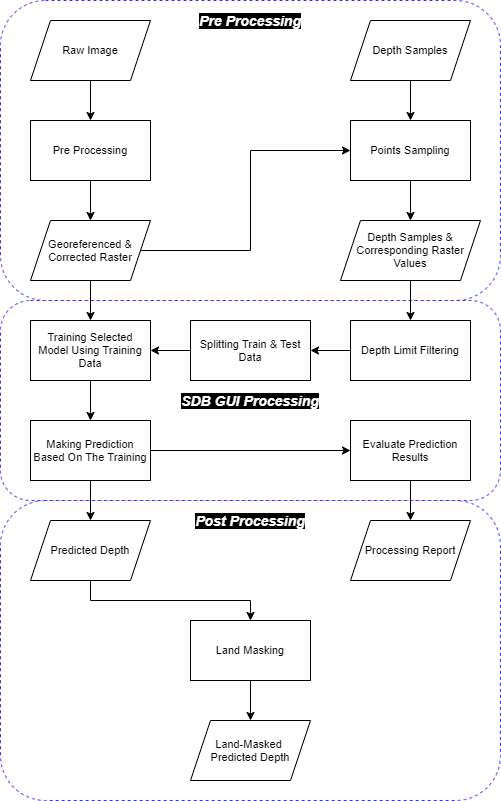
rifqiharrys/sdb_gui keeps this draw.io diagram as workflow_sdb_gui.png. Above is the earlier version. Source tidied: cells renumbered, new cells last; positions are measured from the earlier drawing's top-left corner, leaving out a move shared by most shapes.
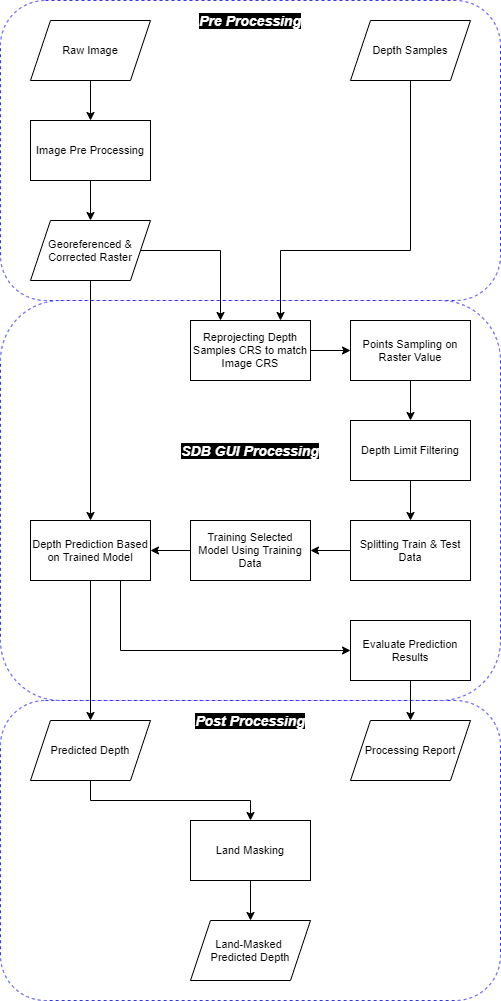
After the change.

What changed in the source:
```diff
@@ -3,112 +3,117 @@
     <mxCell id="0" />
     <mxCell id="1" parent="0" />
     <mxCell id="2" style="rounded=1;whiteSpace=wrap;html=1;dashed=1;fillColor=#FFFFFF;strokeColor=#3333FF;glass=0;shadow=0;sketch=0;perimeterSpacing=0;" parent="1" vertex="1">
-      <mxGeometry y="500" width="500" height="300" as="geometry" />
+      <mxGeometry y="700" width="500" height="300" as="geometry" />
     </mxCell>
     <mxCell id="3" style="rounded=1;whiteSpace=wrap;html=1;dashed=1;fillColor=#FFFFFF;strokeColor=#3333FF;glass=0;shadow=0;sketch=0;perimeterSpacing=0;" parent="1" vertex="1">
       <mxGeometry width="500" height="300" as="geometry" />
     </mxCell>
     <mxCell id="4" style="rounded=1;whiteSpace=wrap;html=1;dashed=1;fillColor=#FFFFFF;strokeColor=#3333FF;glass=0;shadow=0;sketch=0;perimeterSpacing=0;" parent="1" vertex="1">
-      <mxGeometry y="300" width="500" height="200" as="geometry" />
+      <mxGeometry y="300" width="500" height="400" as="geometry" />
     </mxCell>
-    <mxCell id="5" style="edgeStyle=orthogonalEdgeStyle;rounded=0;jettySize=auto;html=1;exitX=1;exitY=0.5;exitDx=0;exitDy=0;entryX=0;entryY=0.5;entryDx=0;entryDy=0;fontSize=11;" parent="1" edge="1" source="7" target="13">
+    <mxCell id="5" style="edgeStyle=orthogonalEdgeStyle;rounded=0;jettySize=auto;html=1;fontSize=11;entryX=0.25;entryY=0;entryDx=0;entryDy=0;" parent="1" edge="1" source="7" target="12">
       <mxGeometry relative="1" as="geometry" />
     </mxCell>
-    <mxCell id="6" style="edgeStyle=orthogonalEdgeStyle;rounded=0;jettySize=auto;html=1;entryX=0.5;entryY=0;entryDx=0;entryDy=0;" parent="1" edge="1" source="7" target="31">
+    <mxCell id="6" style="edgeStyle=orthogonalEdgeStyle;rounded=0;jettySize=auto;html=1;" parent="1" edge="1" source="7" target="32">
       <mxGeometry relative="1" as="geometry" />
     </mxCell>
     <mxCell id="7" value="Georeferenced &amp;amp; Corrected Raster" style="shape=parallelogram;perimeter=parallelogramPerimeter;whiteSpace=wrap;html=1;fixedSize=1;fontSize=11;" parent="1" vertex="1">
       <mxGeometry x="30" y="220" width="120" height="60" as="geometry" />
     </mxCell>
-    <mxCell id="8" style="edgeStyle=orthogonalEdgeStyle;rounded=0;jettySize=auto;html=1;entryX=0.5;entryY=0;entryDx=0;entryDy=0;" parent="1" edge="1" source="9" target="27">
+    <mxCell id="8" style="edgeStyle=orthogonalEdgeStyle;rounded=0;jettySize=auto;html=1;" parent="1" edge="1" source="37" target="26">
       <mxGeometry relative="1" as="geometry" />
     </mxCell>
-    <mxCell id="9" value="Depth Samples &amp;amp; Corresponding Raster Values" style="shape=parallelogram;perimeter=parallelogramPerimeter;whiteSpace=wrap;html=1;fixedSize=1;fontSize=11;" parent="1" vertex="1">
-      <mxGeometry x="340" y="220" width="140" height="60" as="geometry" />
+    <mxCell id="9" style="edgeStyle=orthogonalEdgeStyle;rounded=0;jettySize=auto;html=1;fontSize=11;" parent="1" edge="1" source="10" target="7">
+      <mxGeometry relative="1" as="geometry" />
     </mxCell>
-    <mxCell id="10" style="edgeStyle=orthogonalEdgeStyle;rounded=0;jettySize=auto;html=1;fontSize=11;" parent="1" edge="1" source="11" target="7">
-      <mxGeometry relative="1" as="geometry" />
+    <mxCell id="10" value="Image Pre Processing" style="rounded=0;whiteSpace=wrap;html=1;fontSize=11;" parent="1" vertex="1">
+      <mxGeometry x="30" y="120" width="120" height="60" as="geometry" />
     </mxCell>
-    <mxCell id="11" value="Pre Processing" style="rounded=0;whiteSpace=wrap;html=1;fontSize=11;" parent="1" vertex="1">
-      <mxGeometry x="30" y="120" width="120" height="60" as="geometry" />
+    <mxCell id="11" style="edgeStyle=orthogonalEdgeStyle;rounded=0;jettySize=auto;html=1;fontSize=11;" parent="1" edge="1" source="12" target="37">
+      <mxGeometry relative="1" as="geometry" />
     </mxCell>
-    <mxCell id="12" style="edgeStyle=orthogonalEdgeStyle;rounded=0;jettySize=auto;html=1;fontSize=11;" parent="1" edge="1" source="13" target="9">
-      <mxGeometry relative="1" as="geometry" />
+    <mxCell id="12" value="Reprojecting Depth Samples CRS to match Image CRS" style="rounded=0;whiteSpace=wrap;html=1;fontSize=11;" parent="1" vertex="1">
+      <mxGeometry x="190" y="320" width="120" height="60" as="geometry" />
     </mxCell>
-    <mxCell id="13" value="Points Sampling" style="rounded=0;whiteSpace=wrap;html=1;fontSize=11;" parent="1" vertex="1">
-      <mxGeometry x="350" y="120" width="120" height="60" as="geometry" />
+    <mxCell id="13" style="edgeStyle=orthogonalEdgeStyle;rounded=0;jettySize=auto;html=1;fontSize=11;" parent="1" edge="1" source="14" target="10">
+      <mxGeometry relative="1" as="geometry" />
     </mxCell>
-    <mxCell id="14" style="edgeStyle=orthogonalEdgeStyle;rounded=0;jettySize=auto;html=1;fontSize=11;" parent="1" edge="1" source="15" target="11">
-      <mxGeometry relative="1" as="geometry" />
+    <mxCell id="14" value="Raw Image" style="shape=parallelogram;perimeter=parallelogramPerimeter;whiteSpace=wrap;html=1;fixedSize=1;fontSize=11;" parent="1" vertex="1">
+      <mxGeometry x="30" y="20" width="120" height="60" as="geometry" />
     </mxCell>
-    <mxCell id="15" value="Raw Image" style="shape=parallelogram;perimeter=parallelogramPerimeter;whiteSpace=wrap;html=1;fixedSize=1;fontSize=11;" parent="1" vertex="1">
-      <mxGeometry x="30" y="20" width="120" height="60" as="geometry" />
+    <mxCell id="15" style="edgeStyle=orthogonalEdgeStyle;rounded=0;jettySize=auto;html=1;entryX=0.5;entryY=0;entryDx=0;entryDy=0;fontSize=11;exitX=0.5;exitY=1;exitDx=0;exitDy=0;" parent="1" edge="1" source="33" target="21">
+      <mxGeometry relative="1" as="geometry" />
     </mxCell>
-    <mxCell id="16" style="edgeStyle=orthogonalEdgeStyle;rounded=0;jettySize=auto;html=1;entryX=0.5;entryY=0;entryDx=0;entryDy=0;fontSize=11;exitX=0.5;exitY=1;exitDx=0;exitDy=0;" parent="1" edge="1" source="34" target="22">
+    <mxCell id="16" style="edgeStyle=orthogonalEdgeStyle;rounded=0;jettySize=auto;html=1;entryX=0.5;entryY=0;entryDx=0;entryDy=0;fontSize=11;" parent="1" edge="1" source="32" target="20">
       <mxGeometry relative="1" as="geometry" />
     </mxCell>
-    <mxCell id="17" style="edgeStyle=orthogonalEdgeStyle;rounded=0;jettySize=auto;html=1;entryX=0.5;entryY=0;entryDx=0;entryDy=0;fontSize=11;" parent="1" edge="1" source="33" target="21">
-      <mxGeometry relative="1" as="geometry" />
+    <mxCell id="17" style="edgeStyle=orthogonalEdgeStyle;rounded=0;jettySize=auto;html=1;fontSize=11;exitX=0.5;exitY=1;exitDx=0;exitDy=0;entryX=0.75;entryY=0;entryDx=0;entryDy=0;" parent="1" edge="1" source="18" target="12">
+      <mxGeometry relative="1" as="geometry">
+        <Array as="points">
+          <mxPoint x="410" y="250" />
+          <mxPoint x="280" y="250" />
+        </Array>
+      </mxGeometry>
     </mxCell>
-    <mxCell id="18" style="edgeStyle=orthogonalEdgeStyle;rounded=0;jettySize=auto;html=1;fontSize=11;" parent="1" edge="1" source="19" target="13">
-      <mxGeometry relative="1" as="geometry" />
+    <mxCell id="18" value="Depth Samples" style="shape=parallelogram;perimeter=parallelogramPerimeter;whiteSpace=wrap;html=1;fixedSize=1;fontSize=11;" parent="1" vertex="1">
+      <mxGeometry x="350" y="20" width="120" height="60" as="geometry" />
     </mxCell>
-    <mxCell id="19" value="Depth Samples" style="shape=parallelogram;perimeter=parallelogramPerimeter;whiteSpace=wrap;html=1;fixedSize=1;fontSize=11;" parent="1" vertex="1">
-      <mxGeometry x="350" y="20" width="120" height="60" as="geometry" />
+    <mxCell id="19" style="edgeStyle=orthogonalEdgeStyle;rounded=0;jettySize=auto;html=1;fontSize=11;exitX=0.5;exitY=1;exitDx=0;exitDy=0;" parent="1" edge="1" source="20" target="23">
+      <mxGeometry relative="1" as="geometry" />
     </mxCell>
-    <mxCell id="20" style="edgeStyle=orthogonalEdgeStyle;rounded=0;jettySize=auto;html=1;fontSize=11;exitX=0.5;exitY=1;exitDx=0;exitDy=0;" parent="1" edge="1" source="21" target="24">
-      <mxGeometry relative="1" as="geometry" />
+    <mxCell id="20" value="Predicted Depth" style="shape=parallelogram;perimeter=parallelogramPerimeter;whiteSpace=wrap;html=1;fixedSize=1;fontSize=11;" parent="1" vertex="1">
+      <mxGeometry x="30" y="720" width="120" height="60" as="geometry" />
     </mxCell>
-    <mxCell id="21" value="Predicted Depth" style="shape=parallelogram;perimeter=parallelogramPerimeter;whiteSpace=wrap;html=1;fixedSize=1;fontSize=11;" parent="1" vertex="1">
-      <mxGeometry x="30" y="520" width="120" height="60" as="geometry" />
+    <mxCell id="21" value="Processing Report" style="shape=parallelogram;perimeter=parallelogramPerimeter;whiteSpace=wrap;html=1;fixedSize=1;fontSize=11;" parent="1" vertex="1">
+      <mxGeometry x="350" y="720" width="120" height="60" as="geometry" />
     </mxCell>
-    <mxCell id="22" value="Processing Report" style="shape=parallelogram;perimeter=parallelogramPerimeter;whiteSpace=wrap;html=1;fixedSize=1;fontSize=11;" parent="1" vertex="1">
-      <mxGeometry x="350" y="520" width="120" height="60" as="geometry" />
+    <mxCell id="22" style="edgeStyle=orthogonalEdgeStyle;rounded=0;jettySize=auto;html=1;fontSize=11;" parent="1" edge="1" source="23" target="24">
+      <mxGeometry relative="1" as="geometry" />
     </mxCell>
-    <mxCell id="23" style="edgeStyle=orthogonalEdgeStyle;rounded=0;jettySize=auto;html=1;fontSize=11;" parent="1" edge="1" source="24" target="25">
-      <mxGeometry relative="1" as="geometry" />
+    <mxCell id="23" value="Land Masking" style="rounded=0;whiteSpace=wrap;html=1;fontSize=11;" parent="1" vertex="1">
+      <mxGeometry x="190" y="820" width="120" height="60" as="geometry" />
     </mxCell>
-    <mxCell id="24" value="Land Masking" style="rounded=0;whiteSpace=wrap;html=1;fontSize=11;" parent="1" vertex="1">
-      <mxGeometry x="190" y="620" width="120" height="60" as="geometry" />
+    <mxCell id="24" value="Land-Masked &lt;br&gt;Predicted Depth" style="shape=parallelogram;perimeter=parallelogramPerimeter;whiteSpace=wrap;html=1;fixedSize=1;fontSize=11;" parent="1" vertex="1">
+      <mxGeometry x="190" y="920" width="120" height="60" as="geometry" />
     </mxCell>
-    <mxCell id="25" value="Land-Masked &lt;br&gt;Predicted Depth" style="shape=parallelogram;perimeter=parallelogramPerimeter;whiteSpace=wrap;html=1;fixedSize=1;fontSize=11;" parent="1" vertex="1">
-      <mxGeometry x="190" y="720" width="120" height="60" as="geometry" />
+    <mxCell id="25" style="edgeStyle=orthogonalEdgeStyle;rounded=0;jettySize=auto;html=1;" parent="1" edge="1" source="26" target="28">
+      <mxGeometry relative="1" as="geometry" />
     </mxCell>
-    <mxCell id="26" style="edgeStyle=orthogonalEdgeStyle;rounded=0;jettySize=auto;html=1;exitX=0;exitY=0.5;exitDx=0;exitDy=0;entryX=1;entryY=0.5;entryDx=0;entryDy=0;" parent="1" edge="1" source="27" target="29">
-      <mxGeometry relative="1" as="geometry" />
+    <mxCell id="26" value="Depth Limit Filtering" style="rounded=0;whiteSpace=wrap;html=1;fontSize=11;" parent="1" vertex="1">
+      <mxGeometry x="350" y="420" width="120" height="60" as="geometry" />
     </mxCell>
-    <mxCell id="27" value="Depth Limit Filtering" style="rounded=0;whiteSpace=wrap;html=1;fontSize=11;" parent="1" vertex="1">
-      <mxGeometry x="350" y="320" width="120" height="60" as="geometry" />
+    <mxCell id="27" style="edgeStyle=orthogonalEdgeStyle;rounded=0;jettySize=auto;html=1;" parent="1" edge="1" source="28" target="30">
+      <mxGeometry relative="1" as="geometry" />
     </mxCell>
-    <mxCell id="28" style="edgeStyle=orthogonalEdgeStyle;rounded=0;jettySize=auto;html=1;exitX=0;exitY=0.5;exitDx=0;exitDy=0;entryX=1;entryY=0.5;entryDx=0;entryDy=0;" parent="1" edge="1" source="29" target="31">
-      <mxGeometry relative="1" as="geometry" />
+    <mxCell id="28" value="Splitting Train &amp;amp; Test Data" style="rounded=0;whiteSpace=wrap;html=1;fontSize=11;" parent="1" vertex="1">
+      <mxGeometry x="350" y="520" width="120" height="60" as="geometry" />
     </mxCell>
-    <mxCell id="29" value="Splitting Train &amp;amp; Test Data" style="rounded=0;whiteSpace=wrap;html=1;fontSize=11;" parent="1" vertex="1">
-      <mxGeometry x="190" y="320" width="120" height="60" as="geometry" />
+    <mxCell id="29" style="edgeStyle=orthogonalEdgeStyle;rounded=0;jettySize=auto;html=1;" parent="1" edge="1" source="30" target="32">
+      <mxGeometry relative="1" as="geometry" />
     </mxCell>
-    <mxCell id="30" style="edgeStyle=orthogonalEdgeStyle;rounded=0;jettySize=auto;html=1;exitX=0.5;exitY=1;exitDx=0;exitDy=0;" parent="1" edge="1" source="31" target="33">
-      <mxGeometry relative="1" as="geometry" />
+    <mxCell id="30" value="Training Selected Model Using Training Data" style="rounded=0;whiteSpace=wrap;html=1;fontSize=11;" parent="1" vertex="1">
+      <mxGeometry x="190" y="520" width="120" height="60" as="geometry" />
     </mxCell>
-    <mxCell id="31" value="Training Selected Model Using Training Data" style="rounded=0;whiteSpace=wrap;html=1;fontSize=11;" parent="1" vertex="1">
-      <mxGeometry x="30" y="320" width="120" height="60" as="geometry" />
+    <mxCell id="31" style="edgeStyle=orthogonalEdgeStyle;rounded=0;jettySize=auto;html=1;entryX=0;entryY=0.5;entryDx=0;entryDy=0;exitX=0.75;exitY=1;exitDx=0;exitDy=0;" parent="1" edge="1" source="32" target="33">
+      <mxGeometry relative="1" as="geometry" />
     </mxCell>
-    <mxCell id="32" style="edgeStyle=orthogonalEdgeStyle;rounded=0;jettySize=auto;html=1;exitX=1;exitY=0.5;exitDx=0;exitDy=0;entryX=0;entryY=0.5;entryDx=0;entryDy=0;" parent="1" edge="1" source="33" target="34">
-      <mxGeometry relative="1" as="geometry" />
+    <mxCell id="32" value="Depth Prediction Based on Trained Model" style="rounded=0;whiteSpace=wrap;html=1;fontSize=11;" parent="1" vertex="1">
+      <mxGeometry x="30" y="520" width="120" height="60" as="geometry" />
     </mxCell>
-    <mxCell id="33" value="Making Prediction Based On The Training" style="rounded=0;whiteSpace=wrap;html=1;fontSize=11;" parent="1" vertex="1">
-      <mxGeometry x="30" y="420" width="120" height="60" as="geometry" />
+    <mxCell id="33" value="Evaluate Prediction Results" style="rounded=0;whiteSpace=wrap;html=1;fontSize=11;" parent="1" vertex="1">
+      <mxGeometry x="350" y="620" width="120" height="60" as="geometry" />
     </mxCell>
-    <mxCell id="34" value="Evaluate Prediction Results" style="rounded=0;whiteSpace=wrap;html=1;fontSize=11;" parent="1" vertex="1">
-      <mxGeometry x="350" y="420" width="120" height="60" as="geometry" />
+    <mxCell id="34" value="&lt;span style=&quot;font-size: 14px;&quot;&gt;SDB GUI Processing&lt;/span&gt;" style="text;html=1;strokeColor=none;fillColor=none;align=center;verticalAlign=middle;whiteSpace=wrap;rounded=0;dashed=1;fontStyle=3;labelBackgroundColor=#000000;fontColor=#FFFFFF;fontSize=14;" parent="1" vertex="1">
+      <mxGeometry x="180" y="440" width="140" height="20" as="geometry" />
     </mxCell>
-    <mxCell id="35" value="&lt;span style=&quot;font-size: 14px;&quot;&gt;SDB GUI Processing&lt;/span&gt;" style="text;html=1;strokeColor=none;fillColor=none;align=center;verticalAlign=middle;whiteSpace=wrap;rounded=0;dashed=1;fontStyle=3;labelBackgroundColor=#000000;fontColor=#FFFFFF;fontSize=14;" parent="1" vertex="1">
-      <mxGeometry x="180" y="390" width="140" height="20" as="geometry" />
+    <mxCell id="35" value="&lt;span style=&quot;font-size: 14px;&quot;&gt;Pre Processing&lt;/span&gt;" style="text;html=1;strokeColor=none;fillColor=none;align=center;verticalAlign=middle;whiteSpace=wrap;rounded=0;dashed=1;fontStyle=3;labelBackgroundColor=#000000;fontColor=#FFFFFF;fontSize=14;" parent="1" vertex="1">
+      <mxGeometry x="180" y="10" width="140" height="20" as="geometry" />
     </mxCell>
-    <mxCell id="36" value="&lt;span style=&quot;font-size: 14px;&quot;&gt;Pre Processing&lt;/span&gt;" style="text;html=1;strokeColor=none;fillColor=none;align=center;verticalAlign=middle;whiteSpace=wrap;rounded=0;dashed=1;fontStyle=3;labelBackgroundColor=#000000;fontColor=#FFFFFF;fontSize=14;" parent="1" vertex="1">
-      <mxGeometry x="180" y="10" width="140" height="20" as="geometry" />
+    <mxCell id="36" value="&lt;span style=&quot;font-size: 14px;&quot;&gt;Post Processing&lt;/span&gt;" style="text;html=1;strokeColor=none;fillColor=none;align=center;verticalAlign=middle;whiteSpace=wrap;rounded=0;dashed=1;fontStyle=3;labelBackgroundColor=#000000;fontColor=#FFFFFF;fontSize=14;" parent="1" vertex="1">
+      <mxGeometry x="180" y="710" width="140" height="20" as="geometry" />
     </mxCell>
-    <mxCell id="37" value="&lt;span style=&quot;font-size: 14px;&quot;&gt;Post Processing&lt;/span&gt;" style="text;html=1;strokeColor=none;fillColor=none;align=center;verticalAlign=middle;whiteSpace=wrap;rounded=0;dashed=1;fontStyle=3;labelBackgroundColor=#000000;fontColor=#FFFFFF;fontSize=14;" parent="1" vertex="1">
-      <mxGeometry x="180" y="510" width="140" height="20" as="geometry" />
+    <mxCell id="37" value="Points Sampling on Raster Value" style="rounded=0;whiteSpace=wrap;html=1;fontSize=11;" parent="1" vertex="1">
+      <mxGeometry x="350" y="320" width="120" height="60" as="geometry" />
     </mxCell>
   </root>
 </mxGraphModel>
```
